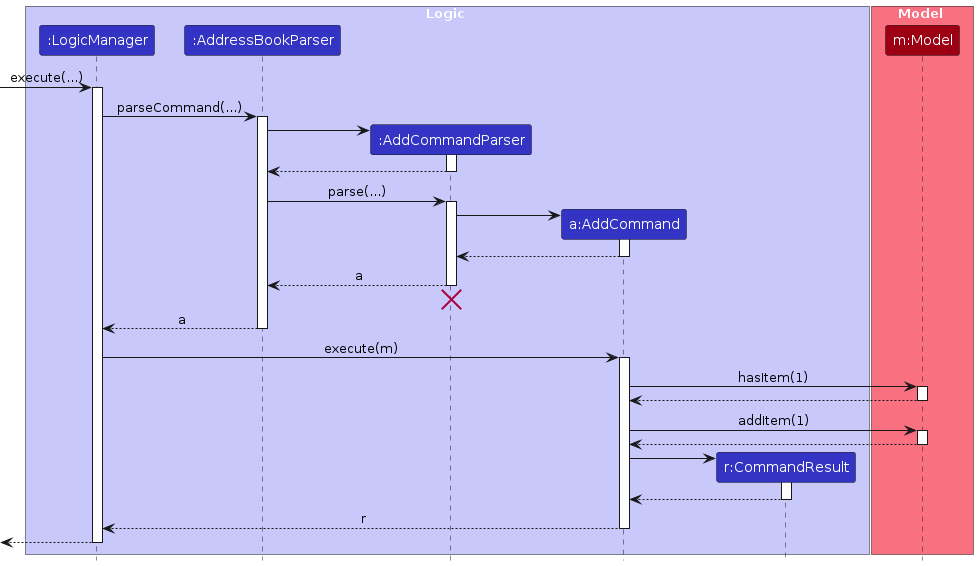
Above: diagrams/AddSequenceDiagram.png in woke02/tp (PlantUML), before the change. Its source is kept beside it as diagrams/AddSequenceDiagram.puml. Its diagram source:
```plantuml
@startuml
!include style.puml
skinparam ArrowFontStyle plain

box Logic LOGIC_COLOR_T1
participant ":LogicManager" as LogicManager LOGIC_COLOR
participant ":AddressBookParser" as AddressBookParser LOGIC_COLOR
participant ":AddCommandParser" as AddCommandParser LOGIC_COLOR
participant "a:AddCommand" as AddCommand LOGIC_COLOR
participant "r:CommandResult" as CommandResult LOGIC_COLOR
end box

box Model MODEL_COLOR_T1
participant "m:Model" as Model MODEL_COLOR
end box

[-> LogicManager : execute(...)
activate LogicManager

LogicManager -> AddressBookParser : parseCommand(...)
activate AddressBookParser

create AddCommandParser
AddressBookParser -> AddCommandParser
activate AddCommandParser

AddCommandParser --> AddressBookParser
deactivate AddCommandParser

AddressBookParser -> AddCommandParser : parse(...)
activate AddCommandParser

create AddCommand
AddCommandParser -> AddCommand
activate AddCommand

AddCommand --> AddCommandParser :
deactivate AddCommand

AddCommandParser --> AddressBookParser : a
deactivate AddCommandParser

AddCommandParser -[hidden]-> AddressBookParser
destroy AddCommandParser

AddressBookParser --> LogicManager : a
deactivate AddressBookParser

LogicManager -> AddCommand : execute(m)
activate AddCommand

AddCommand -> Model : hasItem(1)
activate Model

Model --> AddCommand
deactivate Model

AddCommand -> Model : addItem(1)
activate Model

Model --> AddCommand
deactivate Model

create CommandResult
AddCommand -> CommandResult
activate CommandResult

CommandResult --> AddCommand
deactivate CommandResult

AddCommand --> LogicManager : r
deactivate AddCommand

[<--LogicManager
deactivate LogicManager
@enduml
```
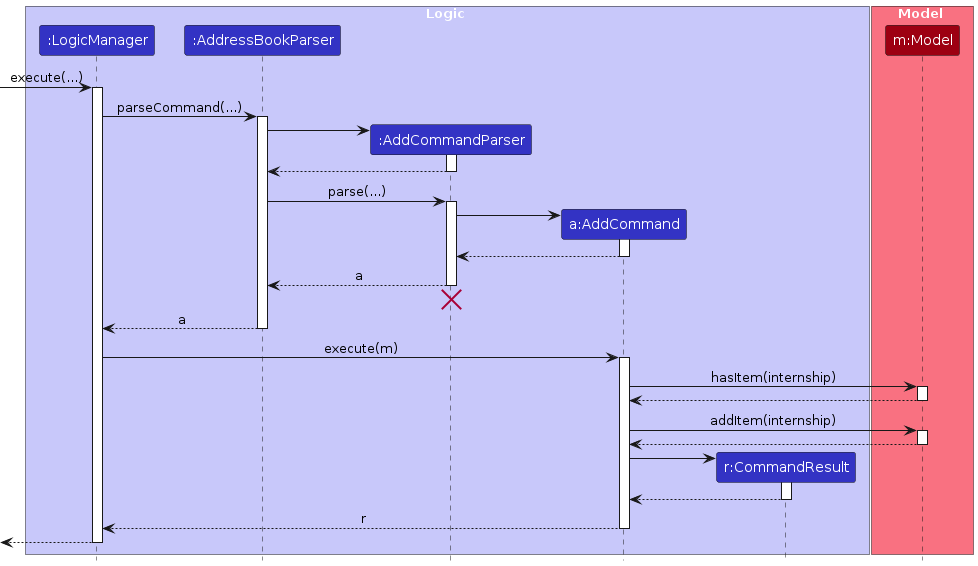
After the commit.

What changed in the source:
```diff
@@ -49,13 +49,13 @@
 LogicManager -> AddCommand : execute(m)
 activate AddCommand
 
-AddCommand -> Model : hasItem(1)
+AddCommand -> Model : hasItem(internship)
 activate Model
 
 Model --> AddCommand
 deactivate Model
 
-AddCommand -> Model : addItem(1)
+AddCommand -> Model : addItem(internship)
 activate Model
 
 Model --> AddCommand
```
